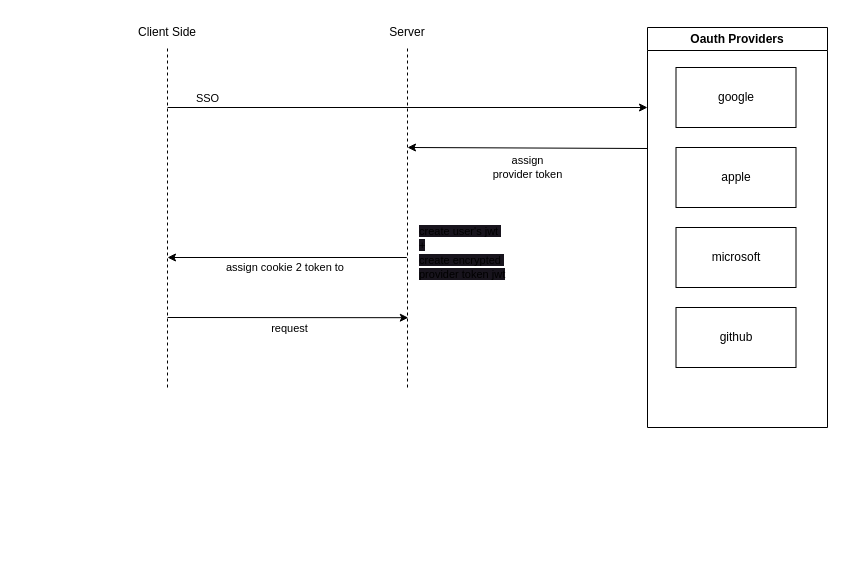
Justin26l/VeryExpress keeps this draw.io diagram as page "Page-2" (2 of 2) of plan/auth.drawio. Above is the earlier version. Source tidied: cells renumbered, new cells numbered last; positions are measured from the earlier drawing's top-left corner, leaving out a move shared by most shapes. Both pictures are drawn from the tidied source at 100%, with x=0, y=0 at pixel (107, 17).
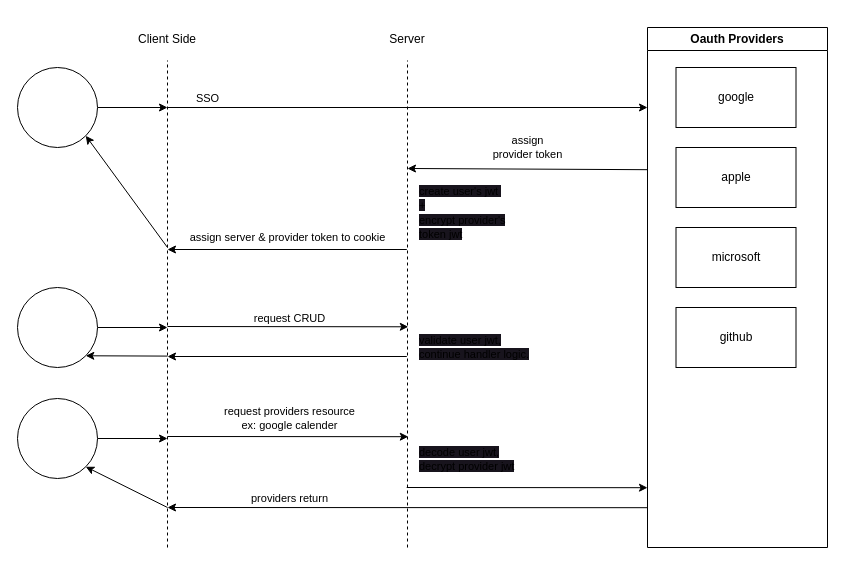
After the change.

Diff of the diagram source:
```diff
@@
     <mxCell id="4" value="Oauth Providers" style="swimlane;whiteSpace=wrap;html=1;" parent="1" vertex="1">
-      <mxGeometry x="540" y="10" width="180" height="400" as="geometry" />
+      <mxGeometry x="540" y="10" width="180" height="520" as="geometry" />
     </mxCell>
@@
     <mxCell id="9" style="group;" parent="1" vertex="1">
-      <mxGeometry width="120" height="370" as="geometry" />
+      <mxGeometry width="120" height="530" as="geometry" />
     </mxCell>
     <mxCell id="10" style="endArrow=none;dashed=1;html=1;" parent="9" edge="1" target="11">
       <mxGeometry relative="1" as="geometry">
-        <mxPoint x="60" y="370" as="sourcePoint" />
+        <mxPoint x="60" y="530" as="sourcePoint" />
       </mxGeometry>
     </mxCell>
     <mxCell id="11" value="Client Side" style="text;html=1;strokeColor=none;fillColor=none;align=center;verticalAlign=middle;whiteSpace=wrap;rounded=0;" parent="9" vertex="1">
-      <mxGeometry width="120" height="30" as="geometry" />
+      <mxGeometry width="120" height="43" as="geometry" />
     </mxCell>
-    <mxCell id="12" style="edgeStyle=none;html=1;entryX=0.007;entryY=0.654;entryDx=0;entryDy=0;entryPerimeter=0;" parent="9" edge="1">
-      <mxGeometry relative="1" as="geometry">
-        <mxPoint x="60" y="300" as="sourcePoint" />
-        <mxPoint x="300.8" y="300.2" as="targetPoint" />
-      </mxGeometry>
-    </mxCell>
-    <mxCell id="13" value="request" style="edgeLabel;html=1;align=center;verticalAlign=middle;" parent="12" vertex="1">
-      <mxGeometry x="-0.09" y="2" relative="1" as="geometry">
-        <mxPoint x="11" y="12" as="offset" />
-      </mxGeometry>
-    </mxCell>
     <mxCell id="14" style="group;" parent="1" vertex="1">
-      <mxGeometry x="240" width="190" height="370" as="geometry" />
+      <mxGeometry x="240" width="120" height="530" as="geometry" />
     </mxCell>
     <mxCell id="15" style="endArrow=none;dashed=1;html=1;" parent="14" edge="1" target="16">
       <mxGeometry relative="1" as="geometry">
-        <mxPoint x="60" y="370" as="sourcePoint" />
+        <mxPoint x="60" y="530" as="sourcePoint" />
       </mxGeometry>
     </mxCell>
     <mxCell id="16" value="Server" style="text;html=1;strokeColor=none;fillColor=none;align=center;verticalAlign=middle;whiteSpace=wrap;rounded=0;" parent="14" vertex="1">
-      <mxGeometry width="120" height="30" as="geometry" />
+      <mxGeometry x="22.1" width="75.8" height="43" as="geometry" />
     </mxCell>
+    <mxCell id="19" value="assign server &amp;amp; provider token to cookie" style="edgeStyle=none;html=1;exitX=-0.006;exitY=0.367;exitDx=0;exitDy=0;exitPerimeter=0;" parent="1" edge="1">
+      <mxGeometry y="-12" relative="1" as="geometry">
+        <mxPoint x="299.3" y="232" as="sourcePoint" />
+        <mxPoint x="60" y="232" as="targetPoint" />
+        <mxPoint x="1" as="offset" />
+      </mxGeometry>
+    </mxCell>
+    <mxCell id="18" value="&lt;span style=&quot;font-size: 11px; text-align: center; background-color: rgb(24, 20, 29);&quot;&gt;create user's jwt&amp;nbsp;&lt;br&gt;&lt;/span&gt;&lt;span style=&quot;font-size: 11px; text-align: center; background-color: rgb(24, 20, 29);&quot;&gt;+&lt;br&gt;&lt;/span&gt;&lt;span style=&quot;font-size: 11px; text-align: center; background-color: rgb(24, 20, 29);&quot;&gt;encrypt&amp;nbsp;&lt;/span&gt;&lt;span style=&quot;font-size: 11px; text-align: center; background-color: rgb(24, 20, 29);&quot;&gt;provider's&lt;br&gt;token jwt&lt;/span&gt;&lt;span style=&quot;font-size: 11px; text-align: center; background-color: rgb(24, 20, 29);&quot;&gt;&lt;br&gt;&lt;/span&gt;" style="text;whiteSpace=wrap;html=1;" parent="1" vertex="1">
+      <mxGeometry x="310" y="160" width="160" height="85.1" as="geometry" />
+    </mxCell>
-    <mxCell id="17" value="assign &lt;br&gt;provider token" style="edgeStyle=none;html=1;" parent="14" edge="1">
-      <mxGeometry y="20" relative="1" as="geometry">
-        <mxPoint x="300" y="131" as="sourcePoint" />
-        <mxPoint x="60" y="130" as="targetPoint" />
+    <mxCell id="17" value="assign &lt;br&gt;provider token" style="edgeStyle=none;html=1;" parent="1" edge="1">
+      <mxGeometry y="-22" relative="1" as="geometry">
+        <mxPoint x="540" y="152.2" as="sourcePoint" />
+        <mxPoint x="300" y="151" as="targetPoint" />
       </mxGeometry>
     </mxCell>
-    <mxCell id="18" value="&lt;span style=&quot;font-size: 11px; text-align: center; background-color: rgb(24, 20, 29);&quot;&gt;create user's jwt&amp;nbsp;&lt;br&gt;&lt;/span&gt;&lt;span style=&quot;font-size: 11px; text-align: center; background-color: rgb(24, 20, 29);&quot;&gt;+&lt;br&gt;create encrypted&amp;nbsp;&lt;br&gt;&lt;/span&gt;&lt;span style=&quot;font-size: 11px; text-align: center; background-color: rgb(24, 20, 29);&quot;&gt;provider token&amp;nbsp;&lt;/span&gt;&lt;span style=&quot;background-color: rgb(24, 20, 29); font-size: 11px; text-align: center;&quot;&gt;jwt&lt;/span&gt;&lt;span style=&quot;font-size: 11px; text-align: center; background-color: rgb(24, 20, 29);&quot;&gt;&lt;br&gt;&lt;/span&gt;" style="text;whiteSpace=wrap;html=1;" parent="14" vertex="1">
-      <mxGeometry x="70" y="200" width="120" height="70" as="geometry" />
-    </mxCell>
-    <mxCell id="19" value="assign cookie 2 token to&amp;nbsp;" style="edgeStyle=none;html=1;exitX=-0.006;exitY=0.367;exitDx=0;exitDy=0;exitPerimeter=0;" parent="1" edge="1">
-      <mxGeometry y="10" relative="1" as="geometry">
-        <mxPoint x="299.3" y="240" as="sourcePoint" />
-        <mxPoint x="60" y="240" as="targetPoint" />
-      </mxGeometry>
-    </mxCell>
+    <mxCell id="20" value="&lt;span style=&quot;font-size: 11px; text-align: center; background-color: rgb(24, 20, 29);&quot;&gt;validate user jwt,&lt;br&gt;continue handler logic.&lt;br&gt;&lt;/span&gt;" style="text;whiteSpace=wrap;html=1;" parent="1" vertex="1">
+      <mxGeometry x="310" y="308.9" width="160" height="45.1" as="geometry" />
+    </mxCell>
+    <mxCell id="21" style="edgeStyle=none;html=1;entryX=0.007;entryY=0.654;entryDx=0;entryDy=0;entryPerimeter=0;" parent="1" edge="1">
+      <mxGeometry relative="1" as="geometry">
+        <mxPoint x="60" y="419" as="sourcePoint" />
+        <mxPoint x="300.8" y="419.2" as="targetPoint" />
+      </mxGeometry>
+    </mxCell>
+    <mxCell id="22" value="request providers resource&lt;br&gt;ex: google calender" style="edgeLabel;html=1;align=center;verticalAlign=middle;" parent="21" vertex="1">
+      <mxGeometry x="-0.09" y="2" relative="1" as="geometry">
+        <mxPoint x="11" y="-17" as="offset" />
+      </mxGeometry>
+    </mxCell>
+    <mxCell id="23" value="&lt;span style=&quot;font-size: 11px; text-align: center; background-color: rgb(24, 20, 29);&quot;&gt;decode user jwt,&lt;br&gt;decrypt provider jwt&lt;br&gt;&lt;/span&gt;" style="text;whiteSpace=wrap;html=1;" parent="1" vertex="1">
+      <mxGeometry x="310" y="421" width="160" height="40" as="geometry" />
+    </mxCell>
+    <mxCell id="24" style="edgeStyle=none;html=1;entryX=0.007;entryY=0.654;entryDx=0;entryDy=0;entryPerimeter=0;" parent="1" edge="1">
+      <mxGeometry relative="1" as="geometry">
+        <mxPoint x="299.2" y="470" as="sourcePoint" />
+        <mxPoint x="540" y="470.2" as="targetPoint" />
+      </mxGeometry>
+    </mxCell>
+    <mxCell id="12" style="edgeStyle=none;html=1;entryX=0.007;entryY=0.654;entryDx=0;entryDy=0;entryPerimeter=0;" parent="1" edge="1">
+      <mxGeometry relative="1" as="geometry">
+        <mxPoint x="60" y="309" as="sourcePoint" />
+        <mxPoint x="300.8" y="309.3" as="targetPoint" />
+      </mxGeometry>
+    </mxCell>
+    <mxCell id="13" value="request CRUD" style="edgeLabel;html=1;align=center;verticalAlign=middle;" parent="12" vertex="1">
+      <mxGeometry x="-0.09" y="2" relative="1" as="geometry">
+        <mxPoint x="11" y="-7" as="offset" />
+      </mxGeometry>
+    </mxCell>
+    <mxCell id="25" style="edgeStyle=none;html=1;exitX=-0.006;exitY=0.367;exitDx=0;exitDy=0;exitPerimeter=0;" parent="1" edge="1">
+      <mxGeometry y="10" relative="1" as="geometry">
+        <mxPoint x="299.3" y="339" as="sourcePoint" />
+        <mxPoint x="60" y="339" as="targetPoint" />
+      </mxGeometry>
+    </mxCell>
+    <mxCell id="26" style="edgeStyle=none;html=1;" parent="1" edge="1" source="28">
+      <mxGeometry relative="1" as="geometry">
+        <mxPoint x="60" y="90" as="targetPoint" />
+      </mxGeometry>
+    </mxCell>
+    <mxCell id="27" style="edgeStyle=none;html=1;exitX=1;exitY=1;exitDx=0;exitDy=0;endArrow=none;endFill=0;startArrow=classic;startFill=1;" parent="1" edge="1" source="28">
+      <mxGeometry relative="1" as="geometry">
+        <mxPoint x="60" y="230" as="targetPoint" />
+      </mxGeometry>
+    </mxCell>
+    <mxCell id="28" style="ellipse;whiteSpace=wrap;html=1;" parent="1" vertex="1">
+      <mxGeometry x="-90" y="50" width="80" height="80" as="geometry" />
+    </mxCell>
+    <mxCell id="29" style="edgeStyle=none;html=1;" parent="1" edge="1" source="31">
+      <mxGeometry relative="1" as="geometry">
+        <mxPoint x="60" y="310" as="targetPoint" />
+      </mxGeometry>
+    </mxCell>
+    <mxCell id="30" style="edgeStyle=none;html=1;exitX=1;exitY=1;exitDx=0;exitDy=0;startArrow=classic;startFill=1;endArrow=none;endFill=0;" parent="1" edge="1" source="31">
+      <mxGeometry relative="1" as="geometry">
+        <mxPoint x="60" y="338.6" as="targetPoint" />
+      </mxGeometry>
+    </mxCell>
+    <mxCell id="31" style="ellipse;whiteSpace=wrap;html=1;" parent="1" vertex="1">
+      <mxGeometry x="-90" y="270" width="80" height="80" as="geometry" />
+    </mxCell>
+    <mxCell id="32" style="edgeStyle=none;html=1;startArrow=none;startFill=0;endArrow=classic;endFill=1;" parent="1" edge="1" source="34">
+      <mxGeometry relative="1" as="geometry">
+        <mxPoint x="60" y="421" as="targetPoint" />
+      </mxGeometry>
+    </mxCell>
+    <mxCell id="33" style="edgeStyle=none;html=1;exitX=1;exitY=1;exitDx=0;exitDy=0;startArrow=classic;startFill=1;endArrow=none;endFill=0;" parent="1" edge="1" source="34">
+      <mxGeometry relative="1" as="geometry">
+        <mxPoint x="60" y="490" as="targetPoint" />
+      </mxGeometry>
+    </mxCell>
+    <mxCell id="34" style="ellipse;whiteSpace=wrap;html=1;" parent="1" vertex="1">
+      <mxGeometry x="-90" y="381" width="80" height="80" as="geometry" />
+    </mxCell>
+    <mxCell id="35" style="edgeStyle=none;html=1;entryX=0.007;entryY=0.654;entryDx=0;entryDy=0;entryPerimeter=0;startArrow=classic;startFill=1;endArrow=none;endFill=0;" parent="1" edge="1">
+      <mxGeometry relative="1" as="geometry">
+        <mxPoint x="60" y="490" as="sourcePoint" />
+        <mxPoint x="540" y="490.2" as="targetPoint" />
+      </mxGeometry>
+    </mxCell>
+    <mxCell id="36" value="providers return" style="edgeLabel;html=1;align=center;verticalAlign=middle;" parent="35" vertex="1">
+      <mxGeometry x="-0.09" y="2" relative="1" as="geometry">
+        <mxPoint x="-97" y="-8" as="offset" />
+      </mxGeometry>
+    </mxCell>
```
